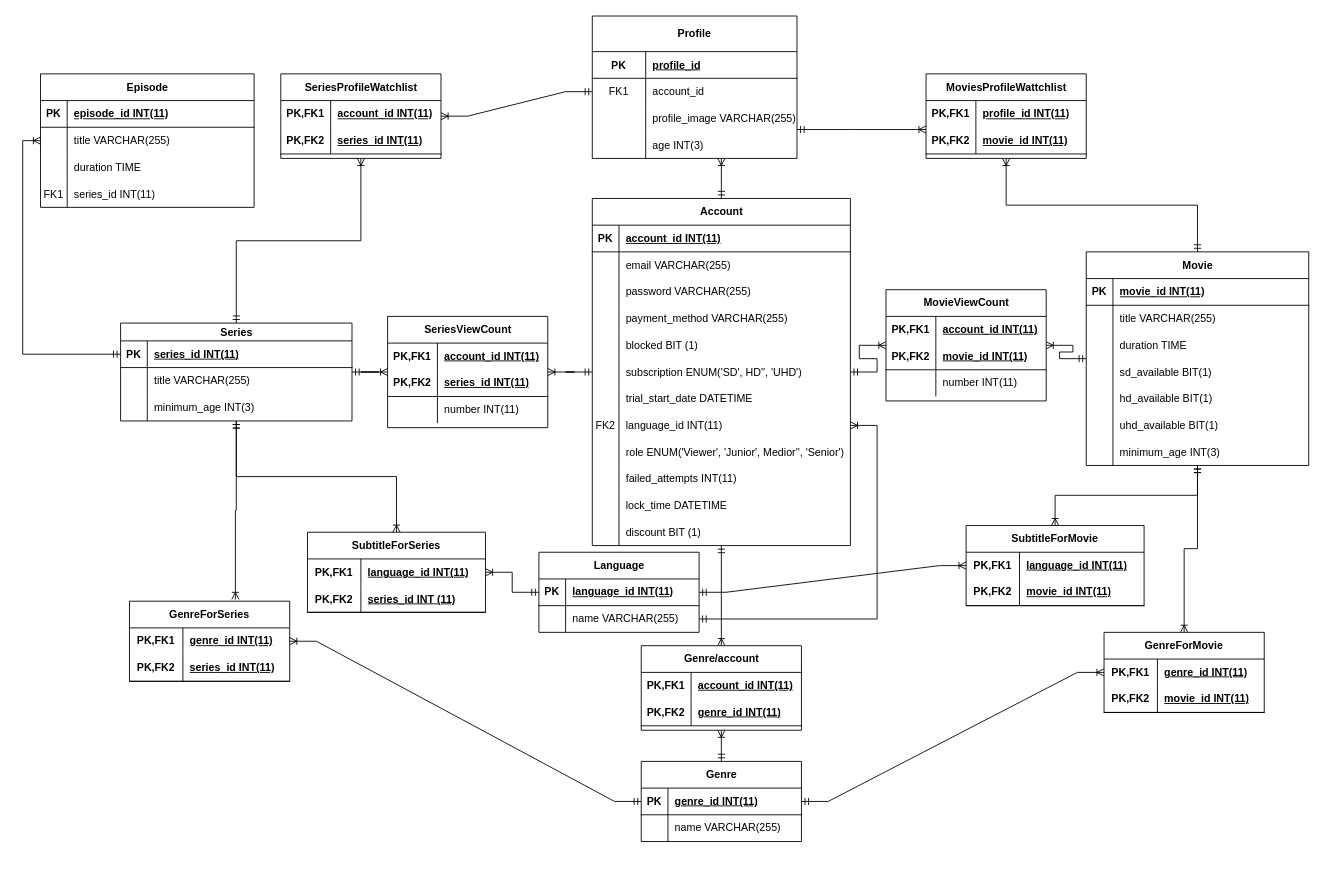
The draw.io diagram ERD.drawio in Bill0911/NeflixForBill, before the edit. Source tidied: cells renumbered, new cells numbered last; positions are measured from the earlier drawing's top-left corner, leaving out a move shared by most shapes. Both pictures are drawn from the tidied source at 89%, with x=0, y=0 at pixel (22, 15).
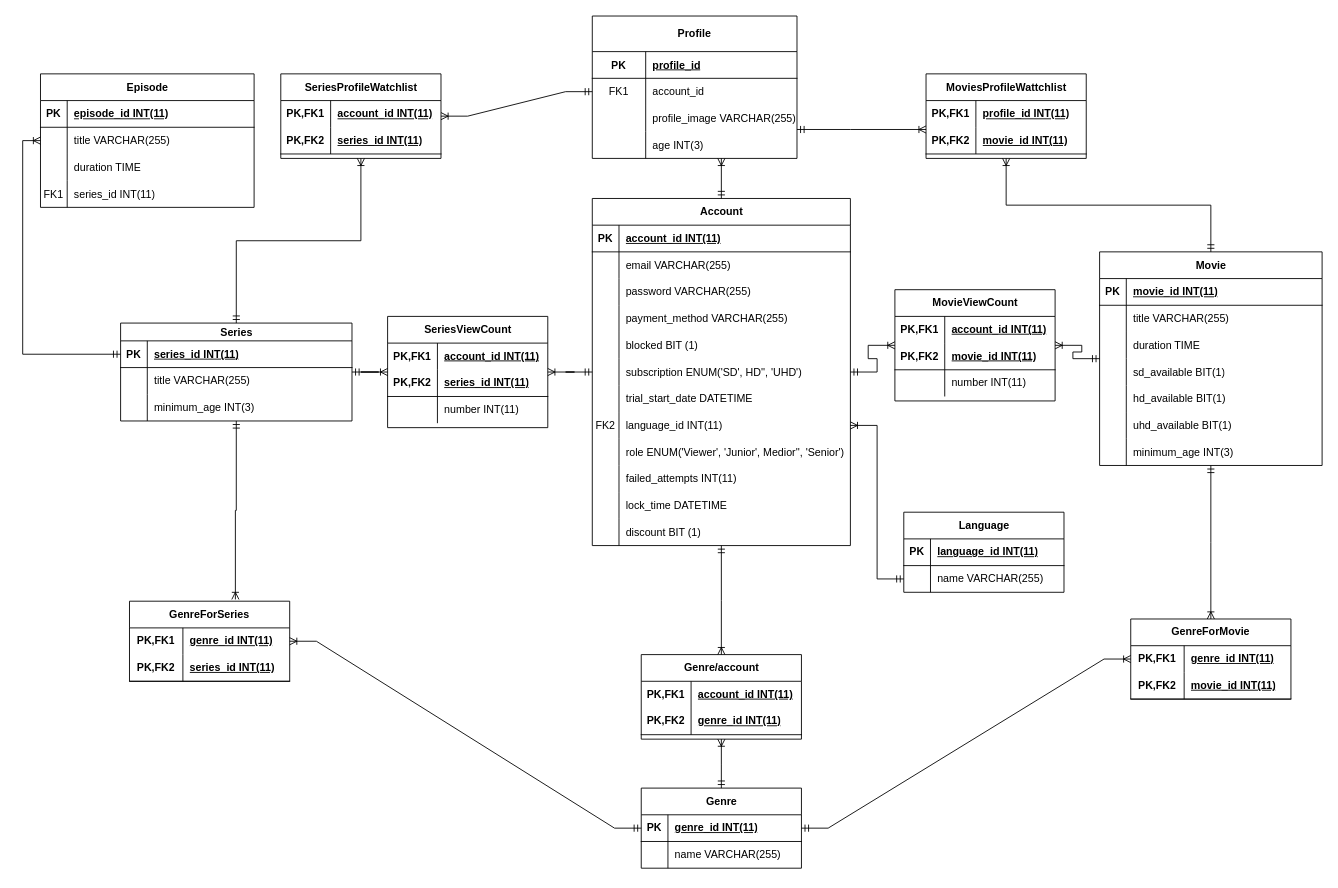
After the change.

Commit message (it also covers changes not shown here):
removing language connections from movies & series, because not from the use case

The change refers to these unchanged cells:
```xml
<mxCell id="104" value="Series" style="shape=table;startSize=20;childLayout=tableLayout;rowLines=0;fontStyle=1;align=center;html=1;" parent="1" vertex="1">
  <mxGeometry x="110" y="345.5" width="260" height="110" as="geometry" />
</mxCell>
```

What changed in the source:
```diff
@@
     <mxCell id="65" value="Movie" style="shape=table;startSize=30;childLayout=tableLayout;rowLines=0;fontStyle=1;align=center;html=1;" parent="1" vertex="1">
-      <mxGeometry x="1195" y="265.5" width="250" height="240" as="geometry" />
+      <mxGeometry x="1210" y="265.5" width="250" height="240" as="geometry" />
     </mxCell>
@@
-    <mxCell id="89" style="edgeStyle=entityRelationEdgeStyle;fontSize=12;html=1;endArrow=ERoneToMany;startArrow=ERmandOne;rounded=0;" parent="1" edge="1" source="156" target="181">
-      <mxGeometry relative="1" as="geometry" />
-    </mxCell>
     <mxCell id="90" value="Genre" style="shape=table;startSize=30;childLayout=tableLayout;rowLines=0;fontStyle=1;align=center;html=1;" parent="1" vertex="1">
-      <mxGeometry x="695" y="838" width="180" height="90" as="geometry" />
+      <mxGeometry x="695" y="868" width="180" height="90" as="geometry" />
     </mxCell>
@@
     <mxCell id="97" value="Genre/account" style="shape=table;startSize=30;childLayout=tableLayout;rowLines=0;fontStyle=1;align=center;html=1;" parent="1" vertex="1">
-      <mxGeometry x="695" y="708" width="180" height="95" as="geometry" />
+      <mxGeometry x="695" y="718" width="180" height="95" as="geometry" />
     </mxCell>
@@
     <mxCell id="139" value="MovieViewCount" style="shape=table;startSize=30;childLayout=tableLayout;rowLines=0;fontStyle=1;align=center;html=1;" parent="1" vertex="1">
-      <mxGeometry x="970" y="308" width="180" height="125" as="geometry" />
+      <mxGeometry x="980" y="308" width="180" height="125" as="geometry" />
     </mxCell>
@@
-    <mxCell id="149" value="SubtitleForSeries" style="shape=table;startSize=30;childLayout=tableLayout;rowLines=0;fontStyle=1;align=center;html=1;whiteSpace=wrap;" parent="1" vertex="1">
-      <mxGeometry x="320" y="580.5" width="200" height="90" as="geometry" />
-    </mxCell>
-    <mxCell id="150" style="shape=tableRow;horizontal=0;startSize=0;swimlaneHead=0;swimlaneBody=0;fillColor=none;top=0;left=0;right=0;bottom=0;html=1;" parent="149" vertex="1">
-      <mxGeometry y="30" width="200" height="30" as="geometry" />
-    </mxCell>
-    <mxCell id="151" value="PK,FK1" style="shape=partialRectangle;fillColor=none;top=0;left=0;bottom=0;right=0;fontStyle=1;overflow=hidden;html=1;whiteSpace=wrap;" parent="150" vertex="1">
-      <mxGeometry width="60" height="30" as="geometry" />
-    </mxCell>
-    <mxCell id="152" value="language_id INT(11)" style="shape=partialRectangle;fillColor=none;top=0;left=0;bottom=0;right=0;align=left;spacingLeft=6;fontStyle=5;overflow=hidden;html=1;whiteSpace=wrap;" parent="150" vertex="1">
-      <mxGeometry x="60" width="140" height="30" as="geometry" />
-    </mxCell>
-    <mxCell id="153" style="shape=tableRow;horizontal=0;startSize=0;swimlaneHead=0;swimlaneBody=0;fillColor=none;top=0;left=0;right=0;bottom=1;html=1;" parent="149" vertex="1">
-      <mxGeometry y="60" width="200" height="30" as="geometry" />
-    </mxCell>
-    <mxCell id="154" value="PK,FK2" style="shape=partialRectangle;fillColor=none;top=0;left=0;bottom=0;right=0;fontStyle=1;overflow=hidden;html=1;whiteSpace=wrap;" parent="153" vertex="1">
-      <mxGeometry width="60" height="30" as="geometry" />
-    </mxCell>
-    <mxCell id="155" value="series_id INT (11)" style="shape=partialRectangle;fillColor=none;top=0;left=0;bottom=0;right=0;align=left;spacingLeft=6;fontStyle=5;overflow=hidden;html=1;whiteSpace=wrap;" parent="153" vertex="1">
-      <mxGeometry x="60" width="140" height="30" as="geometry" />
-    </mxCell>
     <mxCell id="156" value="Language" style="shape=table;startSize=30;childLayout=tableLayout;rowLines=0;fontStyle=1;align=center;html=1;" parent="1" vertex="1">
-      <mxGeometry x="580" y="603" width="180" height="90" as="geometry" />
+      <mxGeometry x="990" y="558" width="180" height="90" as="geometry" />
     </mxCell>
@@
     <mxCell id="164" value="GenreForMovie" style="shape=table;startSize=30;childLayout=tableLayout;rowLines=0;fontStyle=1;align=center;html=1;whiteSpace=wrap;" parent="1" vertex="1">
-      <mxGeometry x="1215" y="693" width="180" height="90" as="geometry" />
+      <mxGeometry x="1245" y="678" width="180" height="90" as="geometry" />
     </mxCell>
@@
-    <mxCell id="180" value="SubtitleForMovie" style="shape=table;startSize=30;childLayout=tableLayout;rowLines=0;fontStyle=1;align=center;html=1;whiteSpace=wrap;" parent="1" vertex="1">
-      <mxGeometry x="1060" y="573" width="200" height="90" as="geometry" />
-    </mxCell>
-    <mxCell id="181" style="shape=tableRow;horizontal=0;startSize=0;swimlaneHead=0;swimlaneBody=0;fillColor=none;points=[[0,0.5],[1,0.5]];portConstraint=eastwest;top=0;left=0;right=0;bottom=0;html=1;" parent="180" vertex="1">
-      <mxGeometry y="30" width="200" height="30" as="geometry" />
-    </mxCell>
-    <mxCell id="182" value="PK,FK1" style="shape=partialRectangle;fillColor=none;top=0;left=0;bottom=0;right=0;fontStyle=1;overflow=hidden;html=1;whiteSpace=wrap;" parent="181" vertex="1">
-      <mxGeometry width="60" height="30" as="geometry" />
-    </mxCell>
-    <mxCell id="183" value="language_id INT(11)" style="shape=partialRectangle;fillColor=none;top=0;left=0;bottom=0;right=0;align=left;spacingLeft=6;fontStyle=5;overflow=hidden;html=1;whiteSpace=wrap;" parent="181" vertex="1">
-      <mxGeometry x="60" width="140" height="30" as="geometry" />
-    </mxCell>
-    <mxCell id="184" style="shape=tableRow;horizontal=0;startSize=0;swimlaneHead=0;swimlaneBody=0;fillColor=none;top=0;left=0;right=0;bottom=1;html=1;" parent="180" vertex="1">
-      <mxGeometry y="60" width="200" height="30" as="geometry" />
-    </mxCell>
-    <mxCell id="185" value="PK,FK2" style="shape=partialRectangle;fillColor=none;top=0;left=0;bottom=0;right=0;fontStyle=1;overflow=hidden;html=1;whiteSpace=wrap;" parent="184" vertex="1">
-      <mxGeometry width="60" height="30" as="geometry" />
-    </mxCell>
-    <mxCell id="186" value="movie_id INT(11)" style="shape=partialRectangle;fillColor=none;top=0;left=0;bottom=0;right=0;align=left;spacingLeft=6;fontStyle=5;overflow=hidden;html=1;whiteSpace=wrap;" parent="184" vertex="1">
-      <mxGeometry x="60" width="140" height="30" as="geometry" />
-    </mxCell>
@@
-    <mxCell id="189" style="edgeStyle=elbowEdgeStyle;fontSize=12;html=1;endArrow=ERoneToMany;startArrow=ERmandOne;rounded=0;elbow=vertical;fontStyle=1;" parent="1" edge="1" source="65" target="180">
-      <mxGeometry relative="1" as="geometry" />
-    </mxCell>
-    <mxCell id="190" style="edgeStyle=elbowEdgeStyle;fontSize=12;html=1;endArrow=ERoneToMany;startArrow=ERmandOne;rounded=0;elbow=vertical;fontStyle=1;" parent="1" edge="1" source="104" target="149">
-      <mxGeometry relative="1" as="geometry" />
-    </mxCell>
-    <mxCell id="191" style="edgeStyle=entityRelationEdgeStyle;fontSize=12;html=1;endArrow=ERoneToMany;startArrow=ERmandOne;rounded=0;" parent="1" edge="1" source="156" target="149">
-      <mxGeometry relative="1" as="geometry" />
-    </mxCell>
```
